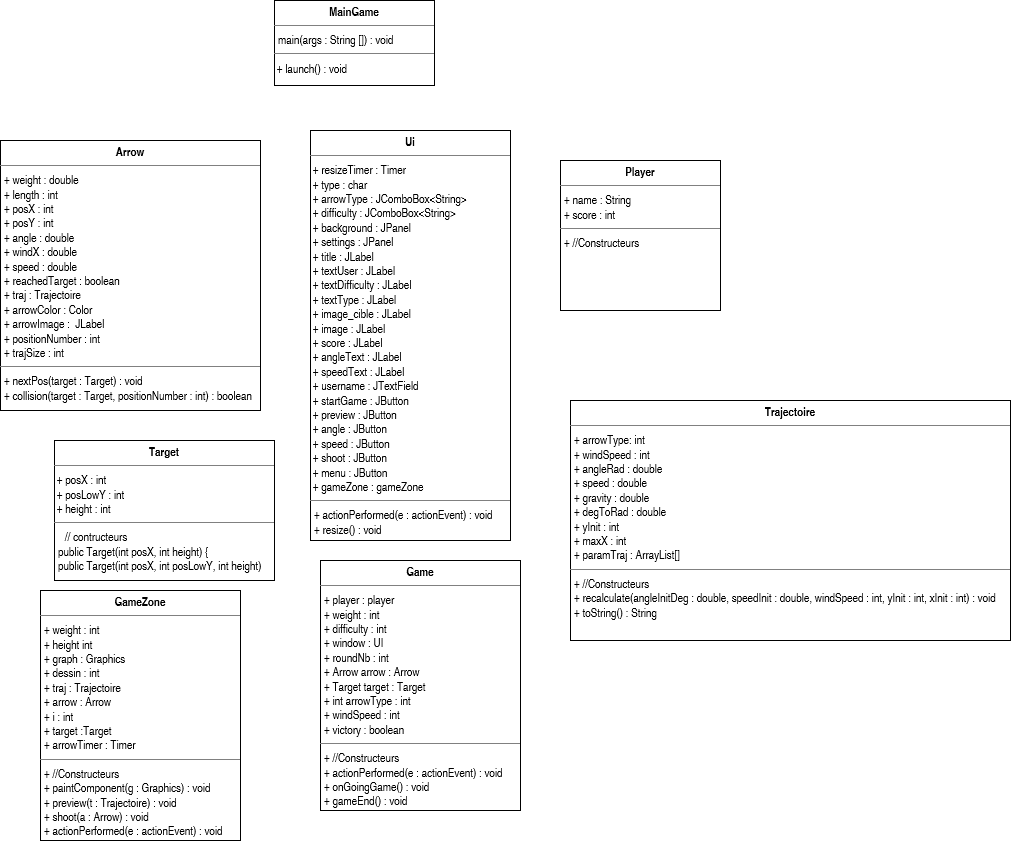
This is UMLDiagram.png from vbard1/mini-projet-2, a draw.io export, as it was before one commit. Source tidied: cells renumbered, new cells last; positions are measured from the earlier drawing's top-left corner, leaving out a move shared by most shapes.
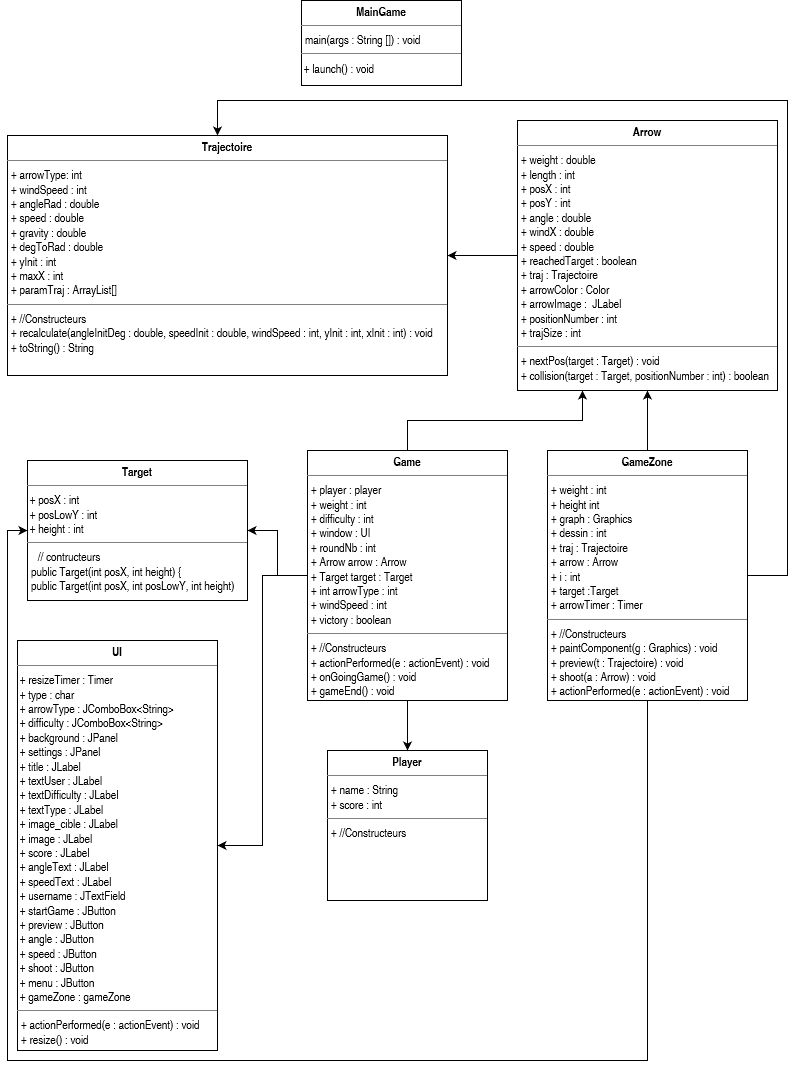
The same diagram one commit later.

The edit, as a diff of the source:
```diff
@@ -7,14 +7,17 @@
         <mxPoint x="280" y="239" as="targetPoint" />
       </mxGeometry>
     </mxCell>
+    <mxCell id="12" style="edgeStyle=orthogonalEdgeStyle;rounded=0;jettySize=auto;html=1;entryX=1;entryY=0.5;entryDx=0;entryDy=0;" parent="1" edge="1" source="3" target="8">
+      <mxGeometry relative="1" as="geometry" />
+    </mxCell>
     <mxCell id="3" value="&lt;p style=&quot;margin: 0px ; margin-top: 4px ; text-align: center&quot;&gt;&lt;b&gt;Arrow&lt;/b&gt;&lt;br&gt;&lt;/p&gt;&lt;hr size=&quot;1&quot;&gt;&lt;p style=&quot;margin: 0px ; margin-left: 4px&quot;&gt;+ weight : double&lt;/p&gt;&lt;p style=&quot;margin: 0px ; margin-left: 4px&quot;&gt;+ length : int&lt;/p&gt;&lt;p style=&quot;margin: 0px ; margin-left: 4px&quot;&gt;+ posX : int&lt;/p&gt;&lt;p style=&quot;margin: 0px ; margin-left: 4px&quot;&gt;+ posY : int&lt;br&gt;&lt;/p&gt;&lt;p style=&quot;margin: 0px ; margin-left: 4px&quot;&gt;+ angle : double&lt;/p&gt;&lt;p style=&quot;margin: 0px ; margin-left: 4px&quot;&gt;+ windX : double&lt;/p&gt;&lt;p style=&quot;margin: 0px ; margin-left: 4px&quot;&gt;+ speed : double&lt;/p&gt;&lt;p style=&quot;margin: 0px ; margin-left: 4px&quot;&gt;+ reachedTarget : boolean&lt;br&gt;+ traj : Trajectoire&lt;br&gt;+ arrowColor : Color&lt;br&gt;+ arrowImage :&amp;nbsp; JLabel&lt;br&gt;+ positionNumber : int&lt;br&gt;+ trajSize : int&lt;br&gt;&lt;/p&gt;&lt;hr size=&quot;1&quot;&gt;&lt;p style=&quot;margin: 0px ; margin-left: 4px&quot;&gt;+ nextPos(target : Target) : void&lt;/p&gt;&lt;p style=&quot;margin: 0px ; margin-left: 4px&quot;&gt;+ collision(target : Target, positionNumber : int) : boolean&lt;/p&gt;" style="verticalAlign=top;align=left;overflow=fill;fontSize=12;fontFamily=Helvetica;html=1;" parent="1" vertex="1">
-      <mxGeometry y="140" width="260" height="270" as="geometry" />
+      <mxGeometry x="490" y="120" width="260" height="270" as="geometry" />
     </mxCell>
-    <mxCell id="4" value="&lt;p style=&quot;margin: 0px ; margin-top: 4px ; text-align: center&quot;&gt;&lt;b&gt;Ui&lt;/b&gt;&lt;br&gt;&lt;/p&gt;&lt;hr size=&quot;1&quot;&gt;&lt;div&gt;&amp;nbsp;+ resizeTimer : Timer&lt;/div&gt;&lt;div&gt;&amp;nbsp;+ type : char &lt;/div&gt;&lt;div&gt;&amp;nbsp;+ arrowType : JComboBox&amp;lt;String&amp;gt;&lt;/div&gt;&lt;div&gt;&amp;nbsp;+ difficulty : JComboBox&amp;lt;String&amp;gt;&lt;br&gt;&amp;nbsp;+ background : JPanel&lt;/div&gt;&lt;div&gt;&amp;nbsp;+ settings : JPanel &lt;br&gt;&lt;/div&gt;&lt;div&gt;&amp;nbsp;+ title : JLabel&lt;br&gt;&amp;nbsp;+ textUser : JLabel&lt;/div&gt;&lt;div&gt;&amp;nbsp;+ textDifficulty : JLabel&lt;/div&gt;&lt;div&gt;&amp;nbsp;+ textType : JLabel&lt;/div&gt;&lt;div&gt;&amp;nbsp;+ image_cible : JLabel&lt;/div&gt;&lt;div&gt;&amp;nbsp;+ image : JLabel&lt;/div&gt;&lt;div&gt;&amp;nbsp;+ score : JLabel&lt;/div&gt;&lt;div&gt;&amp;nbsp;+ angleText : JLabel&lt;/div&gt;&lt;div&gt;&amp;nbsp;+ speedText : JLabel&lt;/div&gt;&lt;div&gt;&amp;nbsp;+ username : JTextField &lt;br&gt;&lt;/div&gt;&lt;div&gt;&amp;nbsp;+ startGame : JButton&lt;/div&gt;&lt;div&gt;&amp;nbsp;+ preview : JButton&lt;/div&gt;&lt;div&gt;&amp;nbsp;+ angle : JButton&lt;/div&gt;&lt;div&gt;&amp;nbsp;+ speed : JButton&lt;/div&gt;&lt;div&gt;&amp;nbsp;+ shoot : JButton&lt;/div&gt;&lt;div&gt;&amp;nbsp;+ menu : JButton&lt;br&gt;&amp;nbsp;+ gameZone : gameZone&lt;br&gt;&lt;/div&gt;&lt;hr size=&quot;1&quot;&gt;&lt;p style=&quot;margin: 0px ; margin-left: 4px&quot;&gt;+ actionPerformed(e : actionEvent) : void&lt;/p&gt;&lt;p style=&quot;margin: 0px ; margin-left: 4px&quot;&gt;+ resize() : void&lt;br&gt;&lt;/p&gt;" style="verticalAlign=top;align=left;overflow=fill;fontSize=12;fontFamily=Helvetica;html=1;" parent="1" vertex="1">
-      <mxGeometry x="310" y="130" width="200" height="410" as="geometry" />
+    <mxCell id="4" value="&lt;p style=&quot;margin: 0px ; margin-top: 4px ; text-align: center&quot;&gt;&lt;b&gt;UI&lt;/b&gt;&lt;br&gt;&lt;/p&gt;&lt;hr size=&quot;1&quot;&gt;&lt;div&gt;&amp;nbsp;+ resizeTimer : Timer&lt;/div&gt;&lt;div&gt;&amp;nbsp;+ type : char &lt;/div&gt;&lt;div&gt;&amp;nbsp;+ arrowType : JComboBox&amp;lt;String&amp;gt;&lt;/div&gt;&lt;div&gt;&amp;nbsp;+ difficulty : JComboBox&amp;lt;String&amp;gt;&lt;br&gt;&amp;nbsp;+ background : JPanel&lt;/div&gt;&lt;div&gt;&amp;nbsp;+ settings : JPanel &lt;br&gt;&lt;/div&gt;&lt;div&gt;&amp;nbsp;+ title : JLabel&lt;br&gt;&amp;nbsp;+ textUser : JLabel&lt;/div&gt;&lt;div&gt;&amp;nbsp;+ textDifficulty : JLabel&lt;/div&gt;&lt;div&gt;&amp;nbsp;+ textType : JLabel&lt;/div&gt;&lt;div&gt;&amp;nbsp;+ image_cible : JLabel&lt;/div&gt;&lt;div&gt;&amp;nbsp;+ image : JLabel&lt;/div&gt;&lt;div&gt;&amp;nbsp;+ score : JLabel&lt;/div&gt;&lt;div&gt;&amp;nbsp;+ angleText : JLabel&lt;/div&gt;&lt;div&gt;&amp;nbsp;+ speedText : JLabel&lt;/div&gt;&lt;div&gt;&amp;nbsp;+ username : JTextField &lt;br&gt;&lt;/div&gt;&lt;div&gt;&amp;nbsp;+ startGame : JButton&lt;/div&gt;&lt;div&gt;&amp;nbsp;+ preview : JButton&lt;/div&gt;&lt;div&gt;&amp;nbsp;+ angle : JButton&lt;/div&gt;&lt;div&gt;&amp;nbsp;+ speed : JButton&lt;/div&gt;&lt;div&gt;&amp;nbsp;+ shoot : JButton&lt;/div&gt;&lt;div&gt;&amp;nbsp;+ menu : JButton&lt;br&gt;&amp;nbsp;+ gameZone : gameZone&lt;br&gt;&lt;/div&gt;&lt;hr size=&quot;1&quot;&gt;&lt;p style=&quot;margin: 0px ; margin-left: 4px&quot;&gt;+ actionPerformed(e : actionEvent) : void&lt;/p&gt;&lt;p style=&quot;margin: 0px ; margin-left: 4px&quot;&gt;+ resize() : void&lt;br&gt;&lt;/p&gt;" style="verticalAlign=top;align=left;overflow=fill;fontSize=12;fontFamily=Helvetica;html=1;" parent="1" vertex="1">
+      <mxGeometry x="-10" y="640" width="200" height="410" as="geometry" />
     </mxCell>
     <mxCell id="5" value="&lt;p style=&quot;margin: 0px ; margin-top: 4px ; text-align: center&quot;&gt;&lt;b&gt;Player&lt;/b&gt;&lt;br&gt;&lt;/p&gt;&lt;hr size=&quot;1&quot;&gt;&lt;p style=&quot;margin: 0px ; margin-left: 4px&quot;&gt;+ name : String&lt;/p&gt;&lt;p style=&quot;margin: 0px ; margin-left: 4px&quot;&gt;+ score : int&lt;/p&gt;&lt;hr size=&quot;1&quot;&gt;&lt;p style=&quot;margin: 0px ; margin-left: 4px&quot;&gt;+ //Constructeurs&lt;br&gt;&lt;/p&gt;" style="verticalAlign=top;align=left;overflow=fill;fontSize=12;fontFamily=Helvetica;html=1;" parent="1" vertex="1">
-      <mxGeometry x="560" y="160" width="160" height="150" as="geometry" />
+      <mxGeometry x="300" y="750" width="160" height="150" as="geometry" />
     </mxCell>
     <mxCell id="6" style="edgeStyle=orthogonalEdgeStyle;rounded=0;orthogonalLoop=1;jettySize=auto;html=1;exitX=0.5;exitY=1;exitDx=0;exitDy=0;" parent="1" edge="1">
       <mxGeometry relative="1" as="geometry">
@@ -22,19 +25,58 @@
       </mxGeometry>
     </mxCell>
     <mxCell id="7" value="&lt;p style=&quot;margin: 0px ; margin-top: 4px ; text-align: center&quot;&gt;&lt;b&gt;Target&lt;/b&gt;&lt;br&gt;&lt;/p&gt;&lt;hr size=&quot;1&quot;&gt;&amp;nbsp;+ posX : int&lt;br&gt;&amp;nbsp;+ posLowY : int&lt;br&gt;&amp;nbsp;+ height : int&lt;br&gt;&lt;hr size=&quot;1&quot;&gt;&amp;nbsp;&amp;nbsp;&amp;nbsp; // contructeurs&lt;p style=&quot;margin: 0px ; margin-left: 4px&quot;&gt;public Target(int posX, int height) {&lt;/p&gt;&lt;p style=&quot;margin: 0px ; margin-left: 4px&quot;&gt;public Target(int posX, int posLowY, int height) &lt;br&gt;&lt;/p&gt;" style="verticalAlign=top;align=left;overflow=fill;fontSize=12;fontFamily=Helvetica;html=1;" parent="1" vertex="1">
-      <mxGeometry x="54" y="440" width="220" height="140" as="geometry" />
+      <mxGeometry y="460" width="220" height="140" as="geometry" />
     </mxCell>
     <mxCell id="8" value="&lt;p style=&quot;margin: 0px ; margin-top: 4px ; text-align: center&quot;&gt;&lt;b&gt;Trajectoire&lt;/b&gt;&lt;br&gt;&lt;/p&gt;&lt;hr size=&quot;1&quot;&gt;&lt;p style=&quot;margin: 0px ; margin-left: 4px&quot;&gt;+ arrowType: int&lt;br&gt;&lt;/p&gt;&lt;p style=&quot;margin: 0px ; margin-left: 4px&quot;&gt;+ windSpeed : int&lt;/p&gt;&lt;p style=&quot;margin: 0px ; margin-left: 4px&quot;&gt;+ angleRad : double&lt;/p&gt;&lt;p style=&quot;margin: 0px ; margin-left: 4px&quot;&gt;+ speed : double&lt;/p&gt;&lt;p style=&quot;margin: 0px ; margin-left: 4px&quot;&gt;+ gravity : double&lt;/p&gt;&lt;p style=&quot;margin: 0px ; margin-left: 4px&quot;&gt;+ degToRad : double&lt;br&gt;&lt;/p&gt;&lt;p style=&quot;margin: 0px ; margin-left: 4px&quot;&gt;+ yInit : int&lt;/p&gt;&lt;p style=&quot;margin: 0px ; margin-left: 4px&quot;&gt;+ maxX : int&lt;/p&gt;&lt;p style=&quot;margin: 0px ; margin-left: 4px&quot;&gt;+ paramTraj : ArrayList[] &lt;/p&gt;&lt;hr size=&quot;1&quot;&gt;&lt;p style=&quot;margin: 0px ; margin-left: 4px&quot;&gt;+ //Constructeurs&lt;/p&gt;&lt;p style=&quot;margin: 0px ; margin-left: 4px&quot;&gt;+ recalculate(angleInitDeg : double, speedInit : double, windSpeed : int, yInit : int, xInit : int) : void&lt;br&gt;&lt;/p&gt;&lt;p style=&quot;margin: 0px ; margin-left: 4px&quot;&gt;+ toString() : String&lt;br&gt;&lt;/p&gt;" style="verticalAlign=top;align=left;overflow=fill;fontSize=12;fontFamily=Helvetica;html=1;" parent="1" vertex="1">
-      <mxGeometry x="570" y="400" width="440" height="240" as="geometry" />
+      <mxGeometry x="-20" y="135" width="440" height="240" as="geometry" />
     </mxCell>
     <mxCell id="9" value="&lt;p style=&quot;margin: 0px ; margin-top: 4px ; text-align: center&quot;&gt;&lt;b&gt;MainGame&lt;/b&gt;&lt;/p&gt;&lt;hr size=&quot;1&quot;&gt;&lt;p style=&quot;margin: 0px ; margin-left: 4px&quot;&gt;main(args : String []) : void &lt;br&gt;&lt;/p&gt;&lt;hr size=&quot;1&quot;&gt;&amp;nbsp;+ launch() : void" style="verticalAlign=top;align=left;overflow=fill;fontSize=12;fontFamily=Helvetica;html=1;" parent="1" vertex="1">
       <mxGeometry x="274" width="160" height="85" as="geometry" />
     </mxCell>
+    <mxCell id="13" style="edgeStyle=orthogonalEdgeStyle;rounded=0;jettySize=auto;html=1;entryX=0.5;entryY=0;entryDx=0;entryDy=0;" parent="1" edge="1" source="10" target="5">
+      <mxGeometry relative="1" as="geometry" />
+    </mxCell>
+    <mxCell id="14" style="edgeStyle=orthogonalEdgeStyle;rounded=0;jettySize=auto;html=1;entryX=1;entryY=0.5;entryDx=0;entryDy=0;" parent="1" edge="1" source="10" target="7">
+      <mxGeometry relative="1" as="geometry" />
+    </mxCell>
+    <mxCell id="15" style="edgeStyle=orthogonalEdgeStyle;rounded=0;jettySize=auto;html=1;entryX=1;entryY=0.5;entryDx=0;entryDy=0;" parent="1" edge="1" source="10" target="4">
+      <mxGeometry relative="1" as="geometry" />
+    </mxCell>
+    <mxCell id="16" style="edgeStyle=orthogonalEdgeStyle;rounded=0;jettySize=auto;html=1;entryX=0.25;entryY=1;entryDx=0;entryDy=0;" parent="1" edge="1" source="10" target="3">
+      <mxGeometry relative="1" as="geometry">
+        <Array as="points">
+          <mxPoint x="380" y="420" />
+          <mxPoint x="555" y="420" />
+        </Array>
+      </mxGeometry>
+    </mxCell>
     <mxCell id="10" value="&lt;p style=&quot;margin: 0px ; margin-top: 4px ; text-align: center&quot;&gt;&lt;b&gt;Game&lt;/b&gt;&lt;br&gt;&lt;/p&gt;&lt;hr size=&quot;1&quot;&gt;&lt;p style=&quot;margin: 0px ; margin-left: 4px&quot;&gt;+ player : player&lt;br&gt;+ weight : int&lt;br&gt;+ difficulty : int&lt;/p&gt;&lt;p style=&quot;margin: 0px ; margin-left: 4px&quot;&gt;+ window : UI &lt;br&gt;&lt;/p&gt;&lt;p style=&quot;margin: 0px ; margin-left: 4px&quot;&gt;+ roundNb : int&lt;br&gt;+ Arrow arrow : Arrow&lt;br&gt;+ Target target : Target&lt;br&gt;+ int arrowType : int&lt;br&gt;+ windSpeed : int&lt;/p&gt;&lt;p style=&quot;margin: 0px ; margin-left: 4px&quot;&gt;+ victory : boolean&lt;br&gt;&lt;/p&gt;&lt;hr size=&quot;1&quot;&gt;&lt;p style=&quot;margin: 0px ; margin-left: 4px&quot;&gt;+ //Constructeurs&lt;/p&gt;&lt;p style=&quot;margin: 0px ; margin-left: 4px&quot;&gt;+ actionPerformed(e : actionEvent) : void&lt;/p&gt;&lt;p style=&quot;margin: 0px ; margin-left: 4px&quot;&gt;+ onGoingGame() : void&lt;/p&gt;&lt;p style=&quot;margin: 0px ; margin-left: 4px&quot;&gt;+ gameEnd() : void&lt;br&gt;&lt;/p&gt;" style="verticalAlign=top;align=left;overflow=fill;fontSize=12;fontFamily=Helvetica;html=1;" parent="1" vertex="1">
-      <mxGeometry x="320" y="560" width="200" height="250" as="geometry" />
+      <mxGeometry x="280" y="450" width="200" height="250" as="geometry" />
     </mxCell>
+    <mxCell id="17" style="edgeStyle=orthogonalEdgeStyle;rounded=0;jettySize=auto;html=1;entryX=0.5;entryY=1;entryDx=0;entryDy=0;" parent="1" edge="1" source="11" target="3">
+      <mxGeometry relative="1" as="geometry" />
+    </mxCell>
+    <mxCell id="18" style="edgeStyle=orthogonalEdgeStyle;rounded=0;jettySize=auto;html=1;" parent="1" edge="1" source="11">
+      <mxGeometry relative="1" as="geometry">
+        <mxPoint x="190" y="135" as="targetPoint" />
+        <Array as="points">
+          <mxPoint x="760" y="575" />
+          <mxPoint x="760" y="100" />
+          <mxPoint x="190" y="100" />
+        </Array>
+      </mxGeometry>
+    </mxCell>
+    <mxCell id="19" style="edgeStyle=orthogonalEdgeStyle;rounded=0;jettySize=auto;html=1;entryX=0;entryY=0.5;entryDx=0;entryDy=0;" parent="1" edge="1" source="11" target="7">
+      <mxGeometry relative="1" as="geometry">
+        <Array as="points">
+          <mxPoint x="620" y="1060" />
+          <mxPoint x="-20" y="1060" />
+          <mxPoint x="-20" y="530" />
+        </Array>
+      </mxGeometry>
+    </mxCell>
     <mxCell id="11" value="&lt;p style=&quot;margin: 0px ; margin-top: 4px ; text-align: center&quot;&gt;&lt;b&gt;GameZone&lt;/b&gt;&lt;br&gt;&lt;/p&gt;&lt;hr size=&quot;1&quot;&gt;&lt;p style=&quot;margin: 0px ; margin-left: 4px&quot;&gt;+ weight : int&lt;/p&gt;&lt;p style=&quot;margin: 0px ; margin-left: 4px&quot;&gt;+ height int&lt;br&gt;+ graph : Graphics&lt;br&gt;+ dessin : int&lt;br&gt;+ traj : Trajectoire&lt;br&gt;+ arrow : Arrow&lt;br&gt;+ i : int&lt;br&gt;+ target :Target&lt;br&gt;+ arrowTimer : Timer&lt;br&gt;&lt;/p&gt;&lt;hr size=&quot;1&quot;&gt;&lt;p style=&quot;margin: 0px ; margin-left: 4px&quot;&gt;+ //Constructeurs&lt;/p&gt;&lt;p style=&quot;margin: 0px ; margin-left: 4px&quot;&gt;+ paintComponent(g : Graphics) : void&lt;/p&gt;&lt;p style=&quot;margin: 0px ; margin-left: 4px&quot;&gt;+ preview(t : Trajectoire) : void&lt;/p&gt;&lt;p style=&quot;margin: 0px ; margin-left: 4px&quot;&gt;+ shoot(a : Arrow) : void&lt;/p&gt;&lt;p style=&quot;margin: 0px ; margin-left: 4px&quot;&gt;+ actionPerformed(e : actionEvent) : void&lt;/p&gt;&lt;p style=&quot;margin: 0px ; margin-left: 4px&quot;&gt;&lt;/p&gt;" style="verticalAlign=top;align=left;overflow=fill;fontSize=12;fontFamily=Helvetica;html=1;" parent="1" vertex="1">
-      <mxGeometry x="40" y="590" width="200" height="250" as="geometry" />
+      <mxGeometry x="520" y="450" width="200" height="250" as="geometry" />
     </mxCell>
   </root>
 </mxGraphModel>
```
